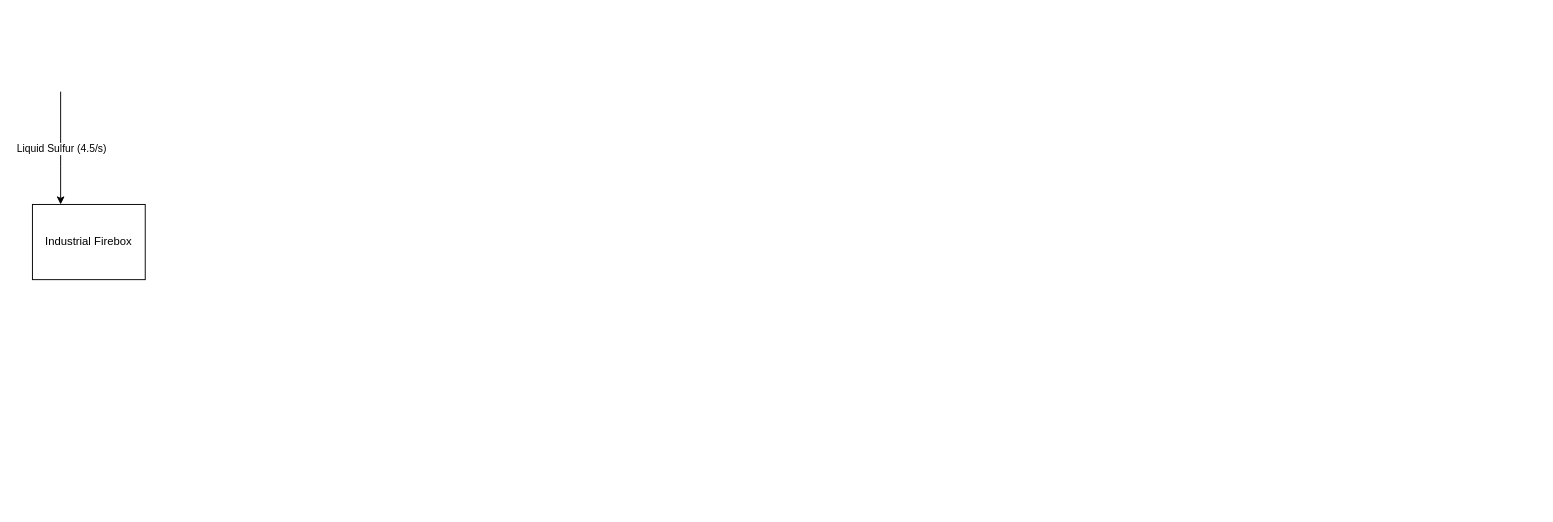
Above: PurpleGoldFactory/PurpleGoldFactoryV1.drawio in voyager-2021/industrialist (draw.io), before the change. Source tidied: cells renumbered, new cells numbered last; positions are measured from the earlier drawing's top-left corner, leaving out a move shared by most shapes. Both pictures are drawn from the tidied source at 94%, with x=0, y=0 at pixel (32, 91).
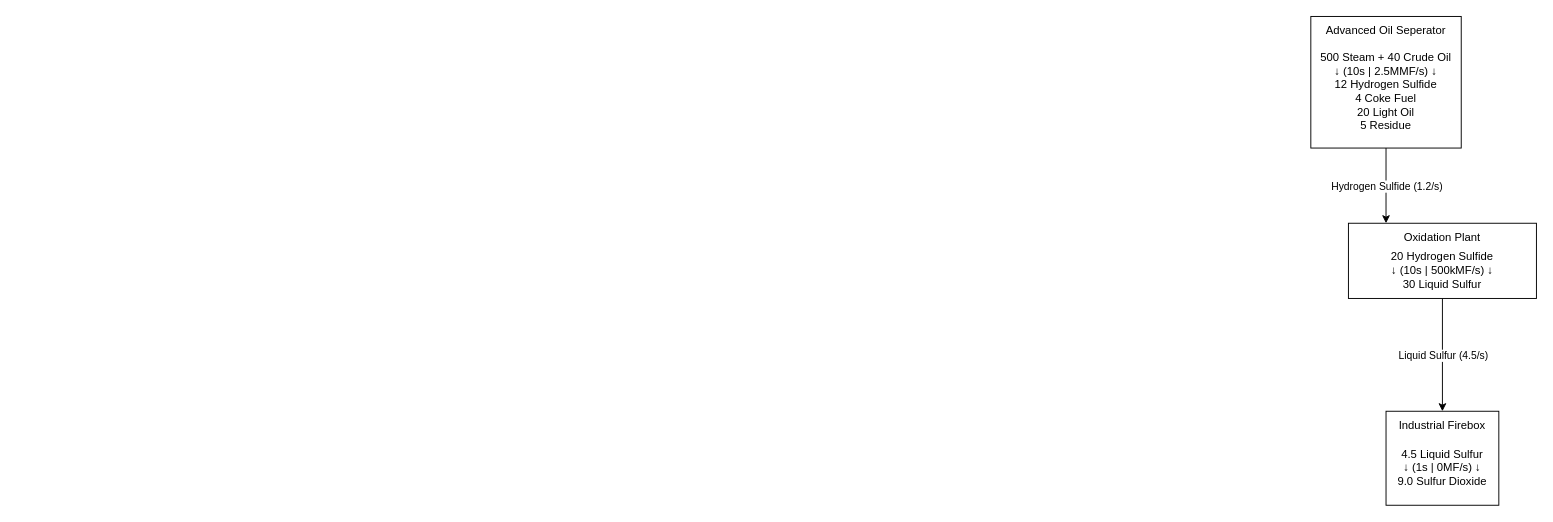
The same diagram, later.

Diff of the diagram source:
```diff
@@
 <mxGraphModel>
   <root>
     <mxCell id="0" />
     <mxCell id="1" parent="0" />
     <mxCell id="2" style="rounded=0;whiteSpace=wrap;html=1;" parent="1" vertex="1">
-      <mxGeometry y="120" width="120" height="80" as="geometry" />
+      <mxGeometry x="1440" y="340" width="120" height="100" as="geometry" />
     </mxCell>
     <mxCell id="3" value="Industrial Firebox" style="text;html=1;align=center;verticalAlign=middle;whiteSpace=wrap;rounded=0;" parent="1" vertex="1">
-      <mxGeometry x="10" y="130" width="100" height="60" as="geometry" />
+      <mxGeometry x="1440" y="340" width="120" height="30" as="geometry" />
     </mxCell>
-    <mxCell id="4" style="endArrow=classic;html=1;rounded=0;entryX=0.25;entryY=0;entryDx=0;entryDy=0;" parent="1" edge="1" target="2">
-      <mxGeometry relative="1" as="geometry">
-        <mxPoint x="30" as="sourcePoint" />
-        <Array as="points">
-          <mxPoint x="30" y="80" />
-        </Array>
-      </mxGeometry>
+    <mxCell id="4" style="endArrow=classic;html=1;rounded=0;" parent="1" edge="1" source="12" target="3">
+      <mxGeometry relative="1" as="geometry" />
     </mxCell>
     <mxCell id="5" value="Liquid Sulfur (4.5/s)" style="edgeLabel;html=1;align=center;verticalAlign=middle;" parent="4" vertex="1">
       <mxGeometry relative="1" as="geometry" />
     </mxCell>
+    <mxCell id="6" style="rounded=0;whiteSpace=wrap;html=1;" parent="1" vertex="1">
+      <mxGeometry x="1360" y="-80" width="160" height="140" as="geometry" />
+    </mxCell>
+    <mxCell id="7" value="Advanced Oil Seperator" style="text;html=1;align=center;verticalAlign=middle;whiteSpace=wrap;rounded=0;" parent="1" vertex="1">
+      <mxGeometry x="1360" y="-80" width="160" height="30" as="geometry" />
+    </mxCell>
+    <mxCell id="8" value="4.5 Liquid Sulfur&lt;div&gt;↓ (1s | 0MF/s&lt;span style=&quot;color: light-dark(rgb(0, 0, 0), rgb(255, 255, 255)); background-color: transparent;&quot;&gt;) ↓&lt;/span&gt;&lt;br&gt;&lt;div&gt;&lt;span style=&quot;background-color: transparent; color: light-dark(rgb(0, 0, 0), rgb(255, 255, 255));&quot;&gt;9.0 Sulfur Dioxide&lt;/span&gt;&lt;/div&gt;&lt;/div&gt;" style="text;html=1;align=center;verticalAlign=middle;whiteSpace=wrap;rounded=0;" parent="1" vertex="1">
+      <mxGeometry x="1440" y="360" width="120" height="80" as="geometry" />
+    </mxCell>
+    <mxCell id="9" value="500 Steam +&amp;nbsp;&lt;span style=&quot;background-color: transparent; color: light-dark(rgb(0, 0, 0), rgb(255, 255, 255));&quot;&gt;40 Crude Oil&lt;/span&gt;&lt;div&gt;&lt;span style=&quot;background-color: transparent; color: light-dark(rgb(0, 0, 0), rgb(255, 255, 255));&quot;&gt;↓ (10s | 2.5MMF/s) ↓&lt;/span&gt;&lt;/div&gt;&lt;div&gt;12 Hydrogen Sulfide&lt;span style=&quot;background-color: transparent; color: light-dark(rgb(0, 0, 0), rgb(255, 255, 255));&quot;&gt;&lt;/span&gt;&lt;/div&gt;&lt;div&gt;&lt;div&gt;&lt;span style=&quot;background-color: transparent; color: light-dark(rgb(0, 0, 0), rgb(255, 255, 255));&quot;&gt;4 Coke Fuel&lt;/span&gt;&lt;/div&gt;&lt;/div&gt;&lt;div&gt;20 Light Oil&lt;span style=&quot;background-color: transparent; color: light-dark(rgb(0, 0, 0), rgb(255, 255, 255));&quot;&gt;&lt;/span&gt;&lt;/div&gt;&lt;div&gt;&lt;span style=&quot;background-color: transparent; color: light-dark(rgb(0, 0, 0), rgb(255, 255, 255));&quot;&gt;5 Residue&lt;/span&gt;&lt;/div&gt;" style="text;html=1;align=center;verticalAlign=middle;whiteSpace=wrap;rounded=0;" parent="1" vertex="1">
+      <mxGeometry x="1360" y="-60" width="160" height="120" as="geometry" />
+    </mxCell>
+    <mxCell id="10" style="rounded=0;whiteSpace=wrap;html=1;" parent="1" vertex="1">
+      <mxGeometry x="1400" y="140" width="200" height="80" as="geometry" />
+    </mxCell>
+    <mxCell id="11" value="Oxidation Plant" style="text;html=1;align=center;verticalAlign=middle;whiteSpace=wrap;rounded=0;" parent="1" vertex="1">
+      <mxGeometry x="1400" y="140" width="200" height="30" as="geometry" />
+    </mxCell>
+    <mxCell id="12" value="20 Hydrogen Sulfide&lt;div&gt;↓ (10s | 500kMF/s) ↓&lt;/div&gt;&lt;div&gt;30 Liquid Sulfur&lt;/div&gt;" style="text;html=1;align=center;verticalAlign=middle;whiteSpace=wrap;rounded=0;" parent="1" vertex="1">
+      <mxGeometry x="1400" y="160" width="200" height="60" as="geometry" />
+    </mxCell>
+    <mxCell id="13" style="endArrow=classic;html=1;rounded=0;exitX=0.5;exitY=1;exitDx=0;exitDy=0;entryX=0.2;entryY=0;entryDx=0;entryDy=0;entryPerimeter=0;" parent="1" edge="1" source="9" target="11">
+      <mxGeometry relative="1" as="geometry" />
+    </mxCell>
+    <mxCell id="14" value="Hydrogen Sulfide (1.2/s&lt;span style=&quot;background-color: light-dark(#ffffff, var(--ge-dark-color, #121212)); color: light-dark(rgb(0, 0, 0), rgb(255, 255, 255));&quot;&gt;)&lt;/span&gt;" style="edgeLabel;html=1;align=center;verticalAlign=middle;" parent="1" vertex="1">
+      <mxGeometry x="1440" y="100" as="geometry" />
+    </mxCell>
   </root>
 </mxGraphModel>
```
